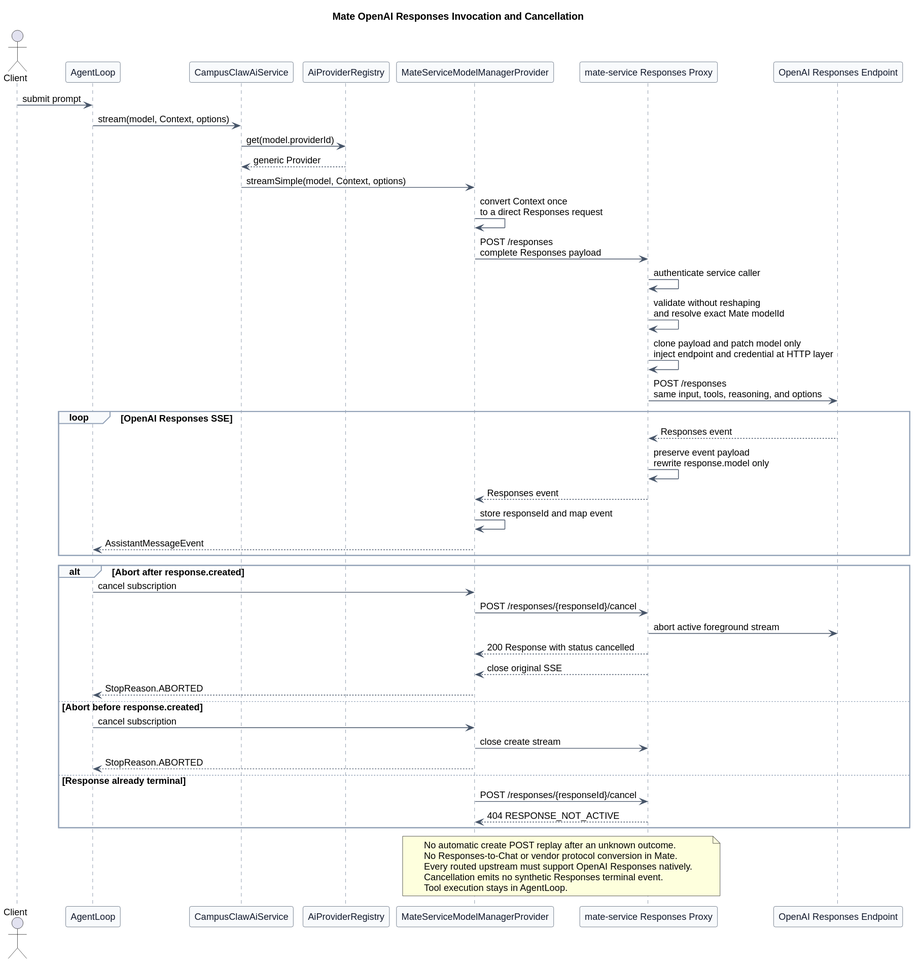
Before: model-manager-provider-contract/model_manager_invocation_sequence.svg, a diagram exported from PlantUML (ssm0808/pi-mono-java-design).
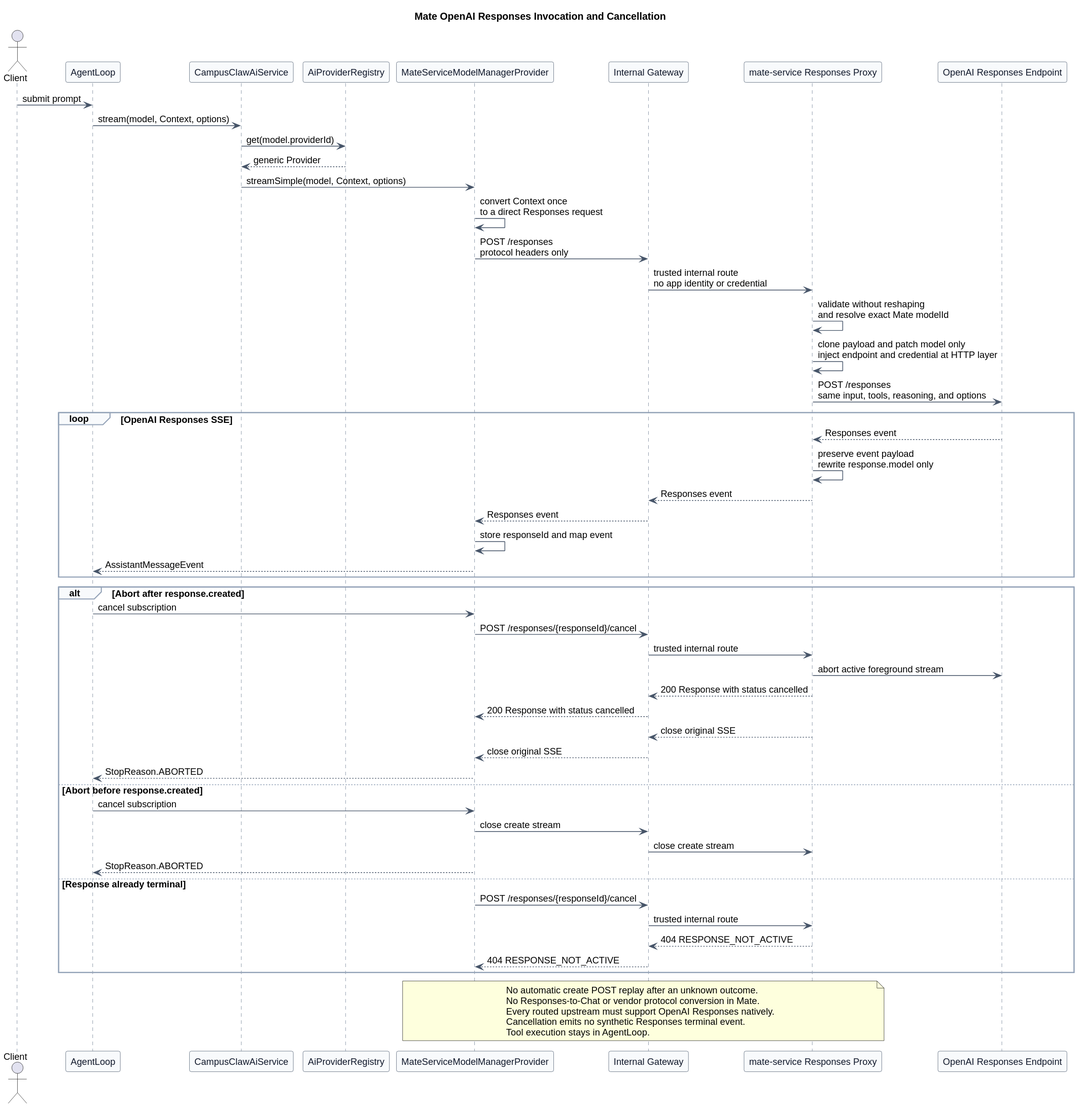
Later version of the same file.

Commit message:
docs(model-manager): align internal gateway no-auth contract

Diff of the diagram source:
```diff
@@ -24,6 +24,7 @@
 participant "CampusClawAiService" as AiService
 participant "AiProviderRegistry" as Registry
 participant "MateServiceModelManagerProvider" as Provider
+participant "Internal Gateway" as Gateway
 participant "mate-service Responses Proxy" as Manager
 participant "OpenAI Responses Endpoint" as OpenAI
 
@@ -33,8 +34,8 @@
 Registry --> AiService : generic Provider
 AiService -> Provider : streamSimple(model, Context, options)
 Provider -> Provider : convert Context once\nto a direct Responses request
-Provider -> Manager : POST /responses\ncomplete Responses payload
-Manager -> Manager : authenticate service caller
+Provider -> Gateway : POST /responses\nprotocol headers only
+Gateway -> Manager : trusted internal route\nno app identity or credential
 Manager -> Manager : validate without reshaping\nand resolve exact Mate modelId
 Manager -> Manager : clone payload and patch model only\ninject endpoint and credential at HTTP layer
 Manager -> OpenAI : POST /responses\nsame input, tools, reasoning, and options
@@ -42,25 +43,32 @@
 loop OpenAI Responses SSE
   OpenAI --> Manager : Responses event
   Manager -> Manager : preserve event payload\nrewrite response.model only
-  Manager --> Provider : Responses event
+  Manager --> Gateway : Responses event
+  Gateway --> Provider : Responses event
   Provider -> Provider : store responseId and map event
   Provider --> Loop : AssistantMessageEvent
 end
 
 alt Abort after response.created
   Loop -> Provider : cancel subscription
-  Provider -> Manager : POST /responses/{responseId}/cancel
+  Provider -> Gateway : POST /responses/{responseId}/cancel
+  Gateway -> Manager : trusted internal route
   Manager -> OpenAI : abort active foreground stream
-  Manager --> Provider : 200 Response with status cancelled
-  Manager --> Provider : close original SSE
+  Manager --> Gateway : 200 Response with status cancelled
+  Gateway --> Provider : 200 Response with status cancelled
+  Manager --> Gateway : close original SSE
+  Gateway --> Provider : close original SSE
   Provider --> Loop : StopReason.ABORTED
 else Abort before response.created
   Loop -> Provider : cancel subscription
-  Provider -> Manager : close create stream
+  Provider -> Gateway : close create stream
+  Gateway -> Manager : close create stream
   Provider --> Loop : StopReason.ABORTED
 else Response already terminal
-  Provider -> Manager : POST /responses/{responseId}/cancel
-  Manager --> Provider : 404 RESPONSE_NOT_ACTIVE
+  Provider -> Gateway : POST /responses/{responseId}/cancel
+  Gateway -> Manager : trusted internal route
+  Manager --> Gateway : 404 RESPONSE_NOT_ACTIVE
+  Gateway --> Provider : 404 RESPONSE_NOT_ACTIVE
 end
 
 note over Provider,Manager
```
